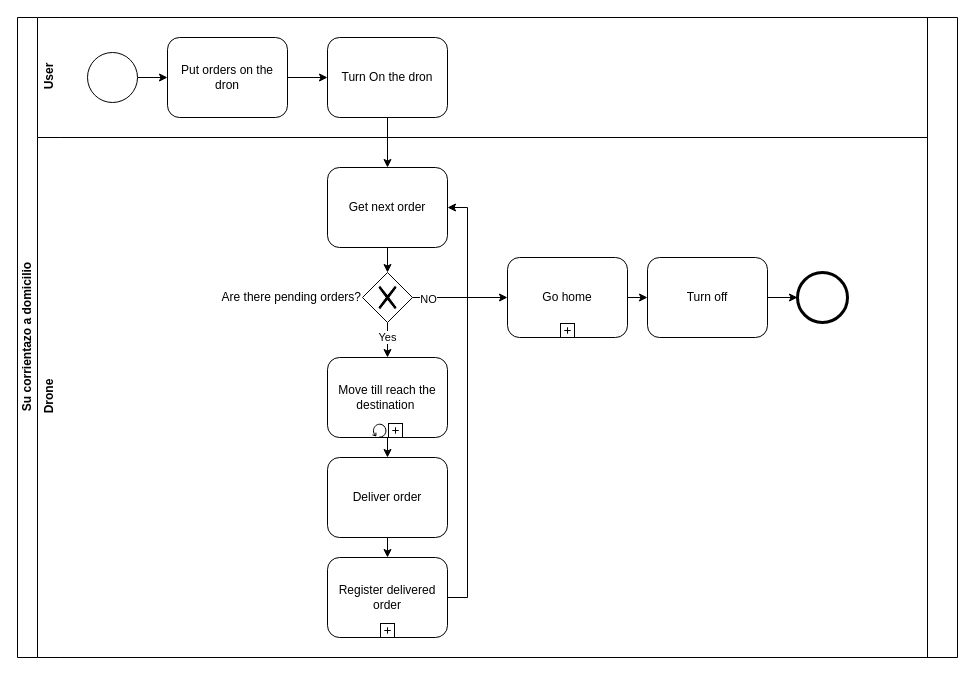
This is page "BPM - Drone" (2 of 4) of DesignDiagram.drawio from OscarBustos/SuCorrientazoADomicilio, a draw.io file, before an edit. Source tidied: cells renumbered, new cells numbered last; positions are measured from the earlier drawing's top-left corner, leaving out a move shared by most shapes. Both pictures are drawn from the tidied source at 100%, with x=0, y=0 at pixel (17, 17).
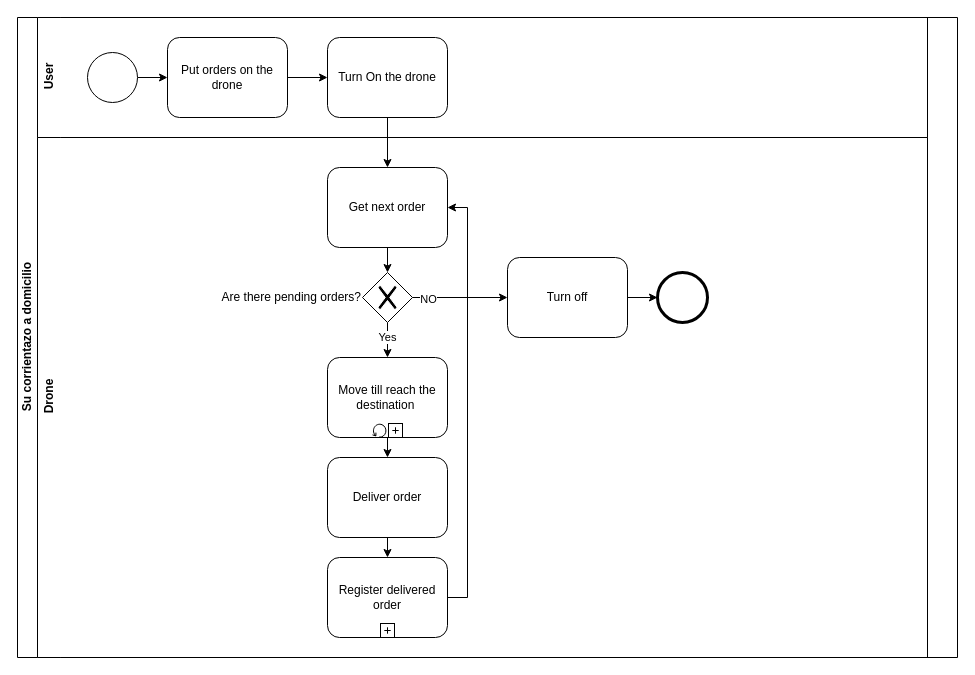
The same page after the edit.

Unchanged cells that the change refers to:
```xml
<mxCell id="3" value="User" style="swimlane;html=1;horizontal=0;swimlaneLine=0;" parent="2" vertex="1">
  <mxGeometry x="20" width="890" height="120" as="geometry" />
</mxCell>
<mxCell id="9" value="Drone" style="swimlane;html=1;horizontal=0;swimlaneLine=0;startSize=23;" parent="2" vertex="1">
  <mxGeometry x="20" y="120" width="890" height="520" as="geometry" />
</mxCell>
<mxCell id="15" value="Are there pending orders?" style="shape=mxgraph.bpmn.shape;html=1;verticalLabelPosition=middle;labelBackgroundColor=#ffffff;verticalAlign=middle;align=right;perimeter=rhombusPerimeter;background=gateway;outlineConnect=0;outline=none;symbol=exclusiveGw;labelPosition=left;" parent="9" vertex="1">
  <mxGeometry x="325" y="135" width="50" height="50" as="geometry" />
</mxCell>
```

What changed in the source:
```diff
@@
-    <mxCell id="7" value="Put orders on the dron" style="shape=ext;rounded=1;html=1;whiteSpace=wrap;" parent="3" vertex="1">
+    <mxCell id="7" value="Put orders on the drone" style="shape=ext;rounded=1;html=1;whiteSpace=wrap;" parent="3" vertex="1">
       <mxGeometry x="130" y="20" width="120" height="80" as="geometry" />
     </mxCell>
-    <mxCell id="8" value="Turn On the dron" style="shape=ext;rounded=1;html=1;whiteSpace=wrap;" parent="3" vertex="1">
+    <mxCell id="8" value="Turn On the drone" style="shape=ext;rounded=1;html=1;whiteSpace=wrap;" parent="3" vertex="1">
       <mxGeometry x="290" y="20" width="120" height="80" as="geometry" />
     </mxCell>
@@
-    <mxCell id="13" style="edgeStyle=orthogonalEdgeStyle;rounded=0;jettySize=auto;html=1;exitX=1;exitY=0.5;exitDx=0;exitDy=0;entryX=0;entryY=0.5;entryDx=0;entryDy=0;" parent="9" edge="1" source="15" target="26">
-      <mxGeometry relative="1" as="geometry" />
-    </mxCell>
-    <mxCell id="14" value="NO" style="edgeLabel;html=1;align=center;verticalAlign=middle;" parent="13" vertex="1">
-      <mxGeometry x="-0.68" y="-1" relative="1" as="geometry" />
-    </mxCell>
@@
     <mxCell id="25" style="shape=mxgraph.bpmn.shape;html=1;verticalLabelPosition=bottom;labelBackgroundColor=#ffffff;verticalAlign=top;align=center;perimeter=ellipsePerimeter;outlineConnect=0;outline=end;symbol=general;" parent="9" vertex="1">
-      <mxGeometry x="760" y="135" width="50" height="50" as="geometry" />
+      <mxGeometry x="620" y="135" width="50" height="50" as="geometry" />
     </mxCell>
-    <mxCell id="26" value="Go home" style="html=1;whiteSpace=wrap;rounded=1;" parent="9" vertex="1">
-      <mxGeometry x="470" y="120" width="120" height="80" as="geometry" />
-    </mxCell>
-    <mxCell id="27" style="html=1;shape=plus;" parent="26" vertex="1">
-      <mxGeometry x="0.5" y="1" width="14" height="14" relative="1" as="geometry">
-        <mxPoint x="-7" y="-14" as="offset" />
-      </mxGeometry>
-    </mxCell>
@@
     <mxCell id="30" value="Turn off" style="shape=ext;rounded=1;html=1;whiteSpace=wrap;" parent="1" vertex="1">
-      <mxGeometry x="630" y="240" width="120" height="80" as="geometry" />
+      <mxGeometry x="490" y="240" width="120" height="80" as="geometry" />
     </mxCell>
-    <mxCell id="31" style="edgeStyle=orthogonalEdgeStyle;rounded=0;jettySize=auto;html=1;exitX=1;exitY=0.5;exitDx=0;exitDy=0;entryX=0;entryY=0.5;entryDx=0;entryDy=0;" parent="1" edge="1" source="26" target="30">
-      <mxGeometry relative="1" as="geometry" />
-    </mxCell>
+    <mxCell id="13" style="edgeStyle=orthogonalEdgeStyle;rounded=0;jettySize=auto;html=1;exitX=1;exitY=0.5;exitDx=0;exitDy=0;entryX=0;entryY=0.5;entryDx=0;entryDy=0;" parent="1" edge="1" source="15" target="30">
+      <mxGeometry relative="1" as="geometry" />
+    </mxCell>
+    <mxCell id="14" value="NO" style="edgeLabel;html=1;align=center;verticalAlign=middle;" parent="13" vertex="1">
+      <mxGeometry x="-0.68" y="-1" relative="1" as="geometry" />
+    </mxCell>
```
